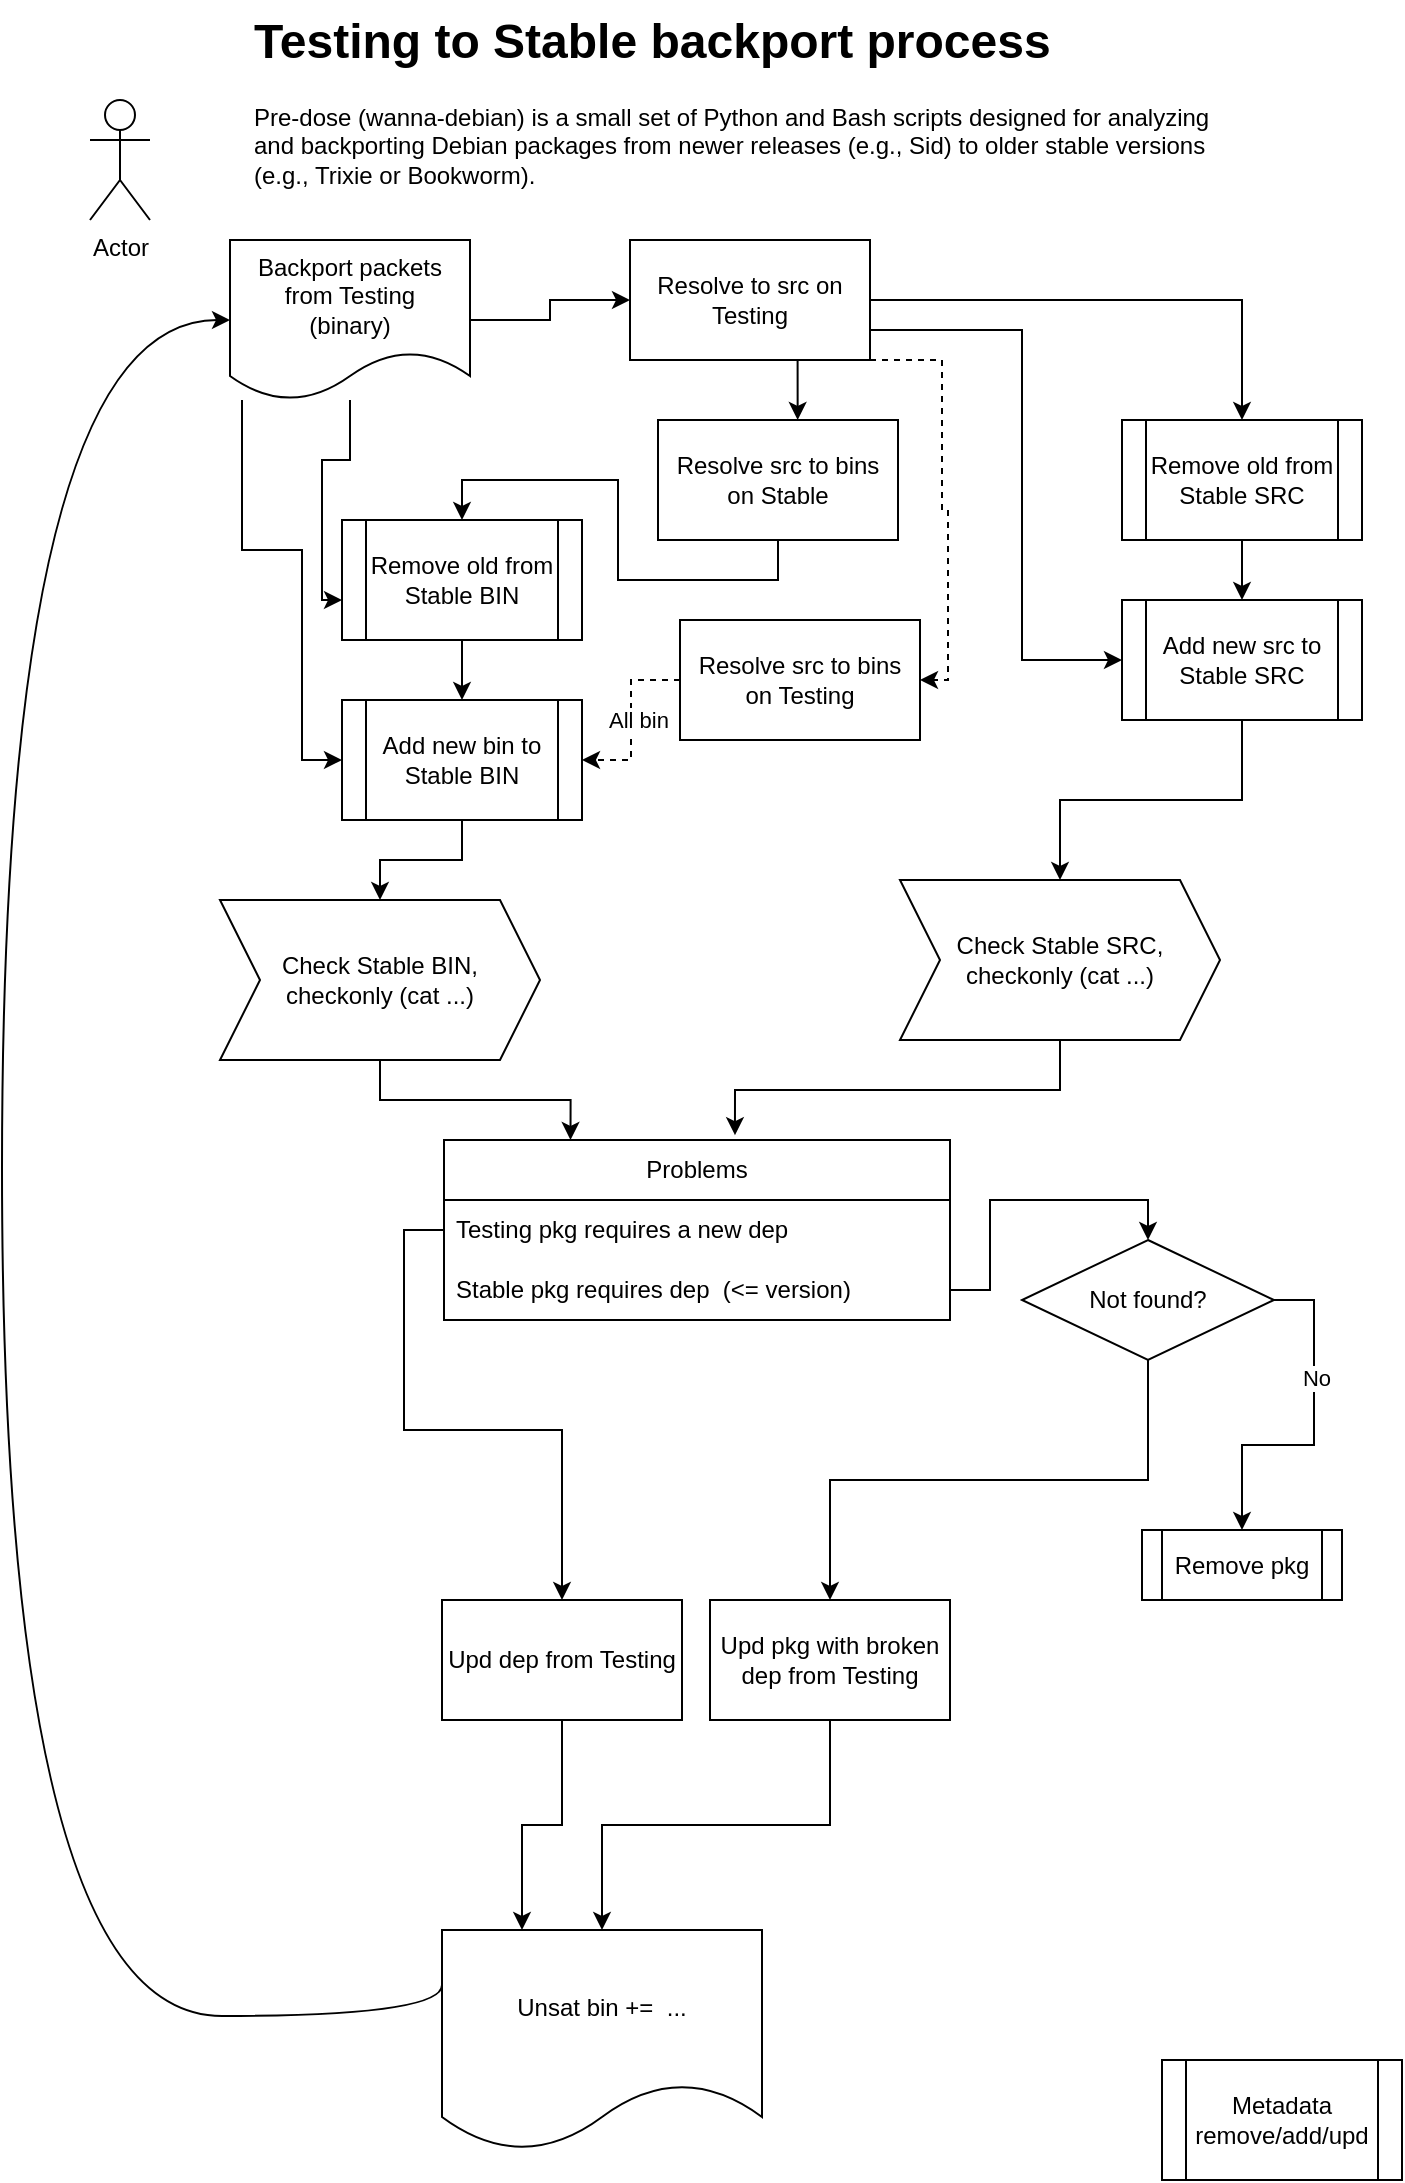
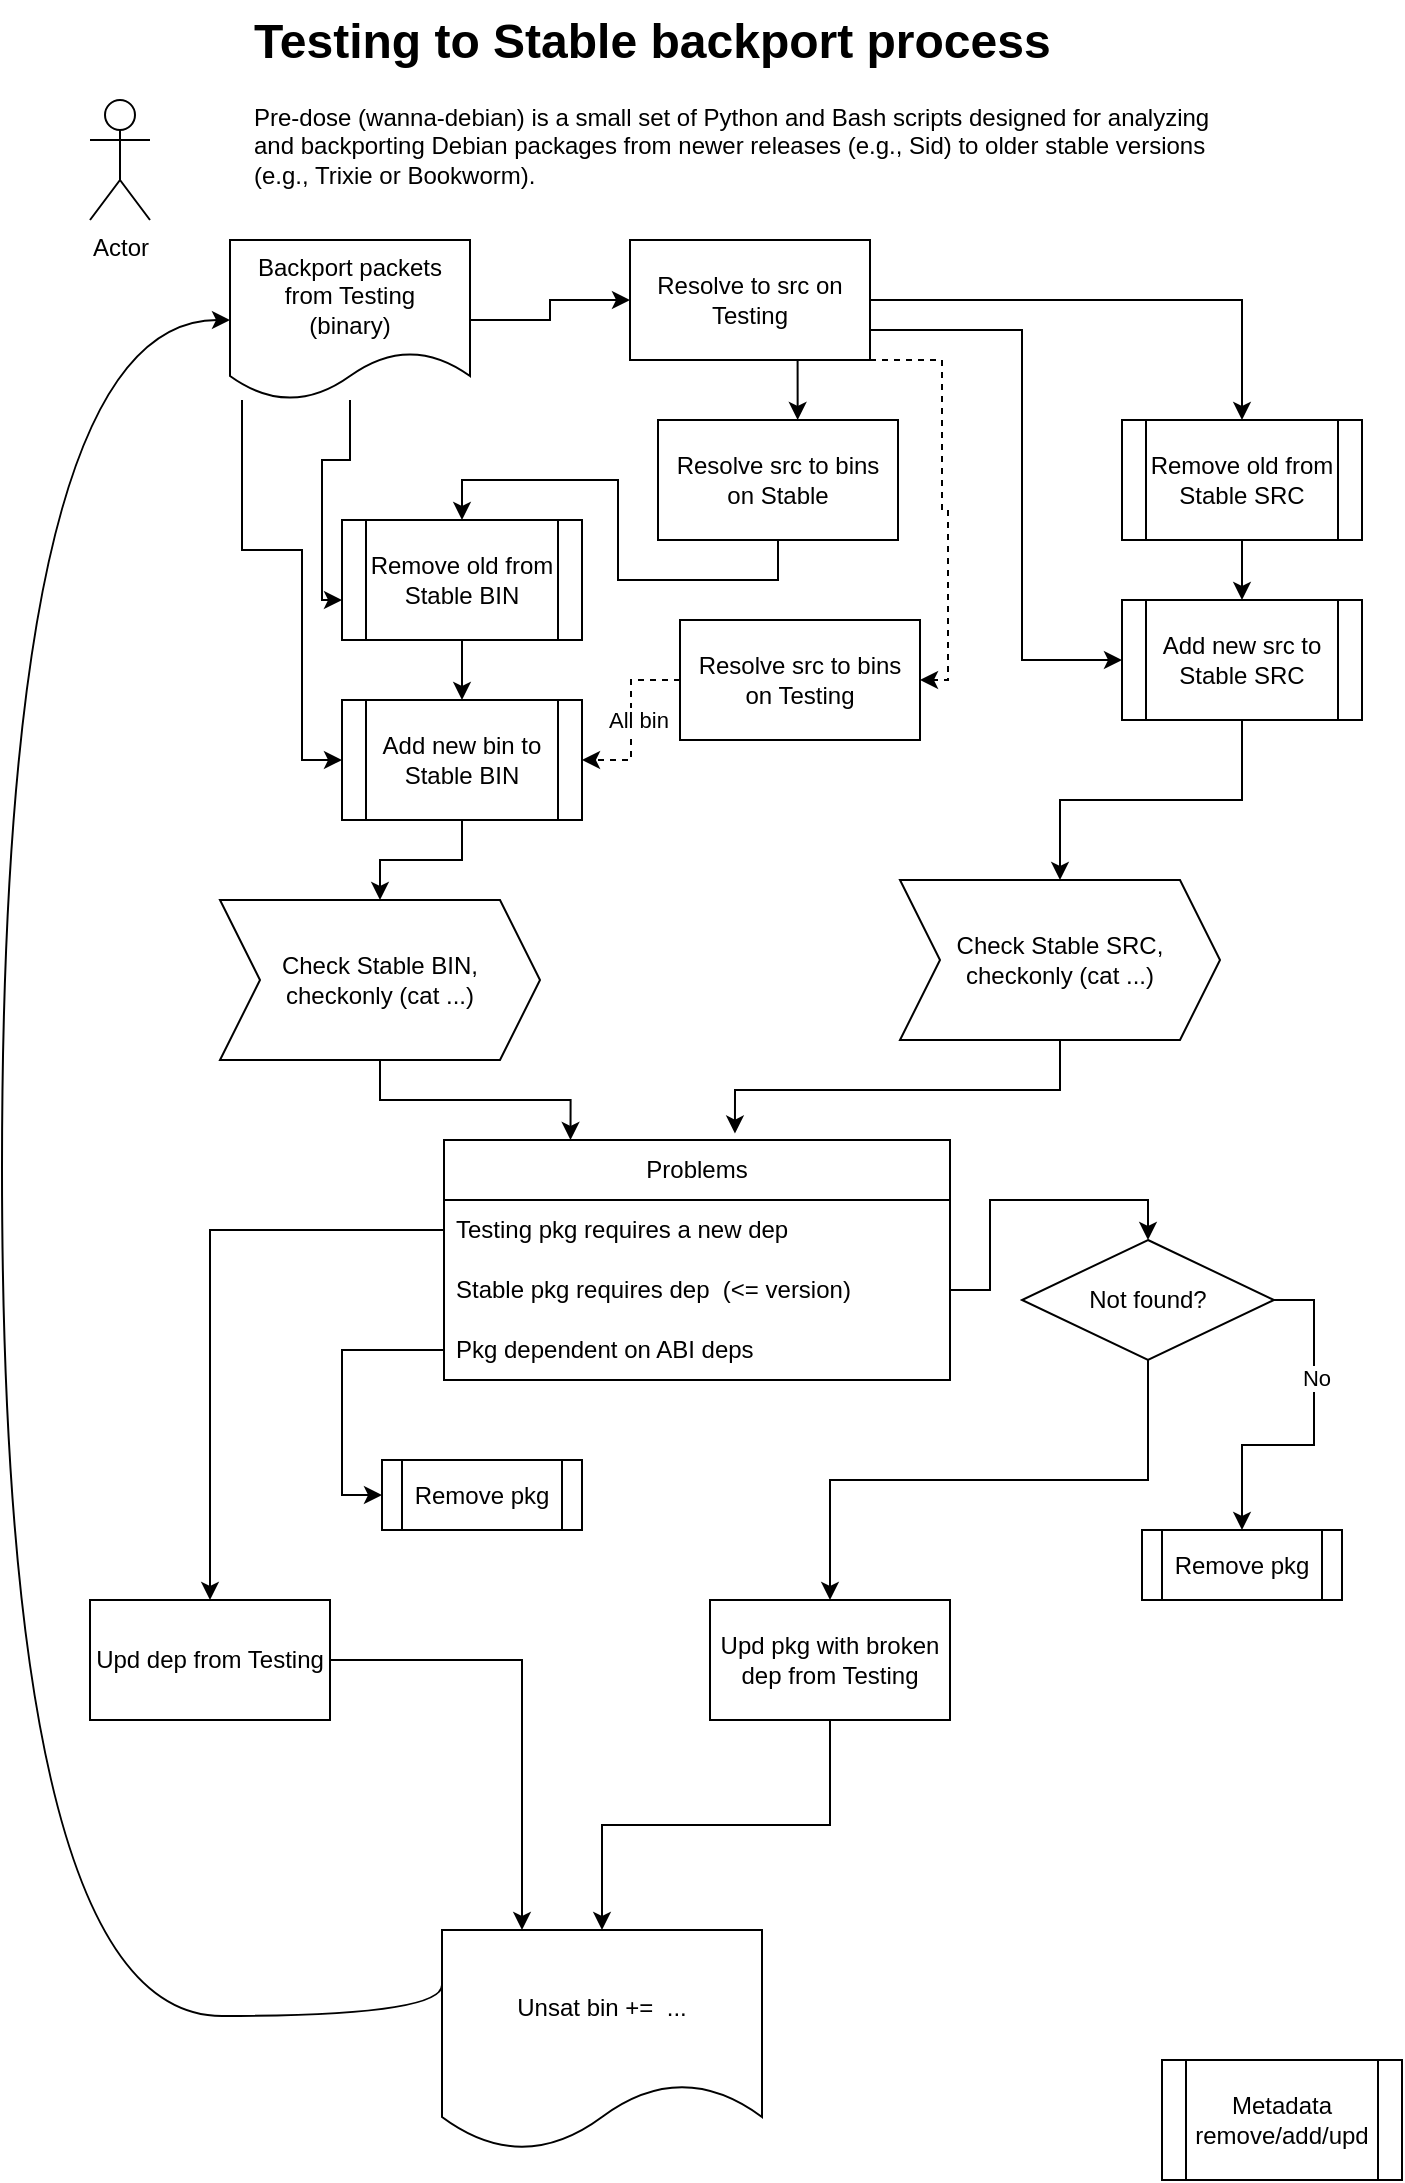
<mxfile host="Electron">
  <diagram id="C5RBs43oDa-KdzZeNtuy" name="Page-1">
    <mxGraphModel dx="1086" dy="648" grid="1" gridSize="10" guides="1" tooltips="1" connect="1" arrows="1" fold="1" page="1" pageScale="1" pageWidth="827" pageHeight="1169" math="0" shadow="0">
      <root>
        <mxCell id="WIyWlLk6GJQsqaUBKTNV-0" />
        <mxCell id="WIyWlLk6GJQsqaUBKTNV-1" parent="WIyWlLk6GJQsqaUBKTNV-0" />
        <mxCell id="jdkO46tf3qpjO2ybV3Zm-0" parent="WIyWlLk6GJQsqaUBKTNV-1" style="shape=umlActor;verticalLabelPosition=bottom;verticalAlign=top;html=1;outlineConnect=0;" value="Actor" vertex="1">
          <mxGeometry height="60" width="30" x="94" y="80" as="geometry" />
        </mxCell>
        <mxCell id="jdkO46tf3qpjO2ybV3Zm-3" edge="1" parent="WIyWlLk6GJQsqaUBKTNV-1" source="jdkO46tf3qpjO2ybV3Zm-1" style="edgeStyle=orthogonalEdgeStyle;rounded=0;orthogonalLoop=1;jettySize=auto;html=1;entryX=0;entryY=0.5;entryDx=0;entryDy=0;" target="jdkO46tf3qpjO2ybV3Zm-2">
          <mxGeometry relative="1" as="geometry" />
        </mxCell>
        <mxCell id="4IcmTThSWF4IWx9KLtXi-7" edge="1" parent="WIyWlLk6GJQsqaUBKTNV-1" source="jdkO46tf3qpjO2ybV3Zm-1" style="edgeStyle=orthogonalEdgeStyle;rounded=0;orthogonalLoop=1;jettySize=auto;html=1;entryX=0;entryY=0.5;entryDx=0;entryDy=0;" target="jdkO46tf3qpjO2ybV3Zm-13">
          <mxGeometry relative="1" as="geometry">
            <Array as="points">
              <mxPoint x="170" y="305" />
              <mxPoint x="200" y="305" />
              <mxPoint x="200" y="410" />
            </Array>
          </mxGeometry>
        </mxCell>
        <mxCell id="jdkO46tf3qpjO2ybV3Zm-1" parent="WIyWlLk6GJQsqaUBKTNV-1" style="shape=document;whiteSpace=wrap;html=1;boundedLbl=1;" value="Backport packets from Testing&lt;br&gt;(binary)" vertex="1">
          <mxGeometry height="80" width="120" x="164" y="150" as="geometry" />
        </mxCell>
        <mxCell id="jdkO46tf3qpjO2ybV3Zm-6" edge="1" parent="WIyWlLk6GJQsqaUBKTNV-1" source="jdkO46tf3qpjO2ybV3Zm-2" style="edgeStyle=orthogonalEdgeStyle;rounded=0;orthogonalLoop=1;jettySize=auto;html=1;entryX=0.5;entryY=0;entryDx=0;entryDy=0;" target="jdkO46tf3qpjO2ybV3Zm-5">
          <mxGeometry relative="1" as="geometry" />
        </mxCell>
        <mxCell id="K2joIcQUg46PM5A2mCq8-2" edge="1" parent="WIyWlLk6GJQsqaUBKTNV-1" source="jdkO46tf3qpjO2ybV3Zm-2" style="edgeStyle=orthogonalEdgeStyle;rounded=0;orthogonalLoop=1;jettySize=auto;html=1;exitX=1;exitY=1;exitDx=0;exitDy=0;entryX=1;entryY=0.5;entryDx=0;entryDy=0;dashed=1;" target="K2joIcQUg46PM5A2mCq8-0">
          <mxGeometry relative="1" as="geometry">
            <Array as="points">
              <mxPoint x="520" y="210" />
              <mxPoint x="520" y="285" />
              <mxPoint x="523" y="285" />
              <mxPoint x="523" y="370" />
            </Array>
          </mxGeometry>
        </mxCell>
        <mxCell id="jdkO46tf3qpjO2ybV3Zm-2" parent="WIyWlLk6GJQsqaUBKTNV-1" style="rounded=0;whiteSpace=wrap;html=1;" value="Resolve to src on Testing" vertex="1">
          <mxGeometry height="60" width="120" x="364" y="150" as="geometry" />
        </mxCell>
        <mxCell id="jdkO46tf3qpjO2ybV3Zm-17" edge="1" parent="WIyWlLk6GJQsqaUBKTNV-1" source="jdkO46tf3qpjO2ybV3Zm-5" style="edgeStyle=orthogonalEdgeStyle;rounded=0;orthogonalLoop=1;jettySize=auto;html=1;entryX=0.5;entryY=0;entryDx=0;entryDy=0;" target="jdkO46tf3qpjO2ybV3Zm-16">
          <mxGeometry relative="1" as="geometry" />
        </mxCell>
        <mxCell id="jdkO46tf3qpjO2ybV3Zm-5" parent="WIyWlLk6GJQsqaUBKTNV-1" style="shape=process;whiteSpace=wrap;html=1;backgroundOutline=1;" value="Remove old from Stable SRC" vertex="1">
          <mxGeometry height="60" width="120" x="610" y="240" as="geometry" />
        </mxCell>
        <mxCell id="jdkO46tf3qpjO2ybV3Zm-10" edge="1" parent="WIyWlLk6GJQsqaUBKTNV-1" source="jdkO46tf3qpjO2ybV3Zm-7" style="edgeStyle=orthogonalEdgeStyle;rounded=0;orthogonalLoop=1;jettySize=auto;html=1;entryX=0.5;entryY=0;entryDx=0;entryDy=0;exitX=0.5;exitY=1;exitDx=0;exitDy=0;" target="jdkO46tf3qpjO2ybV3Zm-9">
          <mxGeometry relative="1" as="geometry" />
        </mxCell>
        <mxCell id="jdkO46tf3qpjO2ybV3Zm-18" edge="1" parent="WIyWlLk6GJQsqaUBKTNV-1" source="jdkO46tf3qpjO2ybV3Zm-2" style="edgeStyle=orthogonalEdgeStyle;rounded=0;orthogonalLoop=1;jettySize=auto;html=1;entryX=0;entryY=0.5;entryDx=0;entryDy=0;exitX=1;exitY=0.75;exitDx=0;exitDy=0;" target="jdkO46tf3qpjO2ybV3Zm-16">
          <mxGeometry relative="1" as="geometry">
            <Array as="points">
              <mxPoint x="560" y="195" />
              <mxPoint x="560" y="360" />
            </Array>
            <mxPoint x="484" y="200" as="sourcePoint" />
          </mxGeometry>
        </mxCell>
        <mxCell id="jdkO46tf3qpjO2ybV3Zm-7" parent="WIyWlLk6GJQsqaUBKTNV-1" style="rounded=0;whiteSpace=wrap;html=1;" value="Resolve src to bins on Stable" vertex="1">
          <mxGeometry height="60" width="120" x="378" y="240" as="geometry" />
        </mxCell>
        <mxCell id="jdkO46tf3qpjO2ybV3Zm-8" edge="1" parent="WIyWlLk6GJQsqaUBKTNV-1" source="jdkO46tf3qpjO2ybV3Zm-2" style="edgeStyle=orthogonalEdgeStyle;rounded=0;orthogonalLoop=1;jettySize=auto;html=1;exitX=0.75;exitY=1;exitDx=0;exitDy=0;entryX=0.582;entryY=0;entryDx=0;entryDy=0;entryPerimeter=0;" target="jdkO46tf3qpjO2ybV3Zm-7">
          <mxGeometry relative="1" as="geometry" />
        </mxCell>
        <mxCell id="jdkO46tf3qpjO2ybV3Zm-14" edge="1" parent="WIyWlLk6GJQsqaUBKTNV-1" source="jdkO46tf3qpjO2ybV3Zm-9" style="edgeStyle=orthogonalEdgeStyle;rounded=0;orthogonalLoop=1;jettySize=auto;html=1;entryX=0.5;entryY=0;entryDx=0;entryDy=0;" target="jdkO46tf3qpjO2ybV3Zm-13">
          <mxGeometry relative="1" as="geometry" />
        </mxCell>
        <mxCell id="jdkO46tf3qpjO2ybV3Zm-9" parent="WIyWlLk6GJQsqaUBKTNV-1" style="shape=process;whiteSpace=wrap;html=1;backgroundOutline=1;" value="Remove old from Stable BIN" vertex="1">
          <mxGeometry height="60" width="120" x="220" y="290" as="geometry" />
        </mxCell>
        <mxCell id="jdkO46tf3qpjO2ybV3Zm-49" edge="1" parent="WIyWlLk6GJQsqaUBKTNV-1" source="jdkO46tf3qpjO2ybV3Zm-11" style="edgeStyle=orthogonalEdgeStyle;rounded=0;orthogonalLoop=1;jettySize=auto;html=1;entryX=0.575;entryY=-0.027;entryDx=0;entryDy=0;entryPerimeter=0;" target="jdkO46tf3qpjO2ybV3Zm-28">
          <mxGeometry relative="1" as="geometry">
            <mxPoint x="579" y="580" as="targetPoint" />
          </mxGeometry>
        </mxCell>
        <mxCell id="jdkO46tf3qpjO2ybV3Zm-11" parent="WIyWlLk6GJQsqaUBKTNV-1" style="shape=step;perimeter=stepPerimeter;whiteSpace=wrap;html=1;fixedSize=1;" value="Check Stable SRC,&lt;br&gt;checkonly (cat ...)" vertex="1">
          <mxGeometry height="80" width="160" x="499" y="470" as="geometry" />
        </mxCell>
        <mxCell id="jdkO46tf3qpjO2ybV3Zm-36" edge="1" parent="WIyWlLk6GJQsqaUBKTNV-1" source="jdkO46tf3qpjO2ybV3Zm-12" style="edgeStyle=orthogonalEdgeStyle;rounded=0;orthogonalLoop=1;jettySize=auto;html=1;entryX=0.25;entryY=0;entryDx=0;entryDy=0;" target="jdkO46tf3qpjO2ybV3Zm-28">
          <mxGeometry relative="1" as="geometry" />
        </mxCell>
        <mxCell id="jdkO46tf3qpjO2ybV3Zm-12" parent="WIyWlLk6GJQsqaUBKTNV-1" style="shape=step;perimeter=stepPerimeter;whiteSpace=wrap;html=1;fixedSize=1;" value="Check Stable BIN,&lt;br&gt;checkonly (cat ...)" vertex="1">
          <mxGeometry height="80" width="160" x="159" y="480" as="geometry" />
        </mxCell>
        <mxCell id="jdkO46tf3qpjO2ybV3Zm-19" edge="1" parent="WIyWlLk6GJQsqaUBKTNV-1" source="jdkO46tf3qpjO2ybV3Zm-13" style="edgeStyle=orthogonalEdgeStyle;rounded=0;orthogonalLoop=1;jettySize=auto;html=1;entryX=0.5;entryY=0;entryDx=0;entryDy=0;" target="jdkO46tf3qpjO2ybV3Zm-12">
          <mxGeometry relative="1" as="geometry" />
        </mxCell>
        <mxCell id="jdkO46tf3qpjO2ybV3Zm-13" parent="WIyWlLk6GJQsqaUBKTNV-1" style="shape=process;whiteSpace=wrap;html=1;backgroundOutline=1;" value="Add new bin to Stable BIN" vertex="1">
          <mxGeometry height="60" width="120" x="220" y="380" as="geometry" />
        </mxCell>
        <mxCell id="jdkO46tf3qpjO2ybV3Zm-20" edge="1" parent="WIyWlLk6GJQsqaUBKTNV-1" source="jdkO46tf3qpjO2ybV3Zm-16" style="edgeStyle=orthogonalEdgeStyle;rounded=0;orthogonalLoop=1;jettySize=auto;html=1;" target="jdkO46tf3qpjO2ybV3Zm-11">
          <mxGeometry relative="1" as="geometry" />
        </mxCell>
        <mxCell id="jdkO46tf3qpjO2ybV3Zm-16" parent="WIyWlLk6GJQsqaUBKTNV-1" style="shape=process;whiteSpace=wrap;html=1;backgroundOutline=1;" value="Add new src to Stable SRC" vertex="1">
          <mxGeometry height="60" width="120" x="610" y="330" as="geometry" />
        </mxCell>
        <mxCell id="jdkO46tf3qpjO2ybV3Zm-28" parent="WIyWlLk6GJQsqaUBKTNV-1" style="swimlane;fontStyle=0;childLayout=stackLayout;horizontal=1;startSize=30;horizontalStack=0;resizeParent=1;resizeParentMax=0;resizeLast=0;collapsible=1;marginBottom=0;whiteSpace=wrap;html=1;" value="Problems" vertex="1">
-           <mxGeometry height="90" width="253" x="271" y="600" as="geometry">
+           <mxGeometry height="120" width="253" x="271" y="600" as="geometry">
            <mxRectangle height="30" width="90" x="500" y="830" as="alternateBounds" />
          </mxGeometry>
        </mxCell>
        <mxCell id="jdkO46tf3qpjO2ybV3Zm-29" parent="jdkO46tf3qpjO2ybV3Zm-28" style="text;strokeColor=none;fillColor=none;align=left;verticalAlign=middle;spacingLeft=4;spacingRight=4;overflow=hidden;points=[[0,0.5],[1,0.5]];portConstraint=eastwest;rotatable=0;whiteSpace=wrap;html=1;" value="Testing pkg requires a new dep" vertex="1">
          <mxGeometry height="30" width="253" y="30" as="geometry" />
        </mxCell>
        <mxCell id="jdkO46tf3qpjO2ybV3Zm-30" parent="jdkO46tf3qpjO2ybV3Zm-28" style="text;strokeColor=none;fillColor=none;align=left;verticalAlign=middle;spacingLeft=4;spacingRight=4;overflow=hidden;points=[[0,0.5],[1,0.5]];portConstraint=eastwest;rotatable=0;whiteSpace=wrap;html=1;" value="Stable pkg requires dep&amp;nbsp; (&amp;lt;= version)" vertex="1">
          <mxGeometry height="30" width="253" y="60" as="geometry" />
        </mxCell>
+         <mxCell id="BYnsBLyXqSKAvp99Cp04-0" parent="jdkO46tf3qpjO2ybV3Zm-28" style="text;strokeColor=none;fillColor=none;align=left;verticalAlign=middle;spacingLeft=4;spacingRight=4;overflow=hidden;points=[[0,0.5],[1,0.5]];portConstraint=eastwest;rotatable=0;whiteSpace=wrap;html=1;" value="Pkg dependent on ABI deps&amp;nbsp;" vertex="1">
+           <mxGeometry height="30" width="253" y="90" as="geometry" />
+         </mxCell>
        <mxCell id="jdkO46tf3qpjO2ybV3Zm-53" edge="1" parent="WIyWlLk6GJQsqaUBKTNV-1" source="jdkO46tf3qpjO2ybV3Zm-33" style="edgeStyle=orthogonalEdgeStyle;rounded=0;orthogonalLoop=1;jettySize=auto;html=1;entryX=0.25;entryY=0;entryDx=0;entryDy=0;" target="jdkO46tf3qpjO2ybV3Zm-35">
          <mxGeometry relative="1" as="geometry" />
        </mxCell>
        <mxCell id="jdkO46tf3qpjO2ybV3Zm-33" parent="WIyWlLk6GJQsqaUBKTNV-1" style="rounded=0;whiteSpace=wrap;html=1;" value="Upd dep from Testing" vertex="1">
-           <mxGeometry height="60" width="120" x="270" y="830" as="geometry" />
+           <mxGeometry height="60" width="120" x="94" y="830" as="geometry" />
        </mxCell>
        <mxCell id="jdkO46tf3qpjO2ybV3Zm-54" edge="1" parent="WIyWlLk6GJQsqaUBKTNV-1" source="jdkO46tf3qpjO2ybV3Zm-34" style="edgeStyle=orthogonalEdgeStyle;rounded=0;orthogonalLoop=1;jettySize=auto;html=1;entryX=0.5;entryY=0;entryDx=0;entryDy=0;" target="jdkO46tf3qpjO2ybV3Zm-35">
          <mxGeometry relative="1" as="geometry" />
        </mxCell>
        <mxCell id="jdkO46tf3qpjO2ybV3Zm-34" parent="WIyWlLk6GJQsqaUBKTNV-1" style="rounded=0;whiteSpace=wrap;html=1;" value="Upd pkg with broken dep from Testing" vertex="1">
          <mxGeometry height="60" width="120" x="404" y="830" as="geometry" />
        </mxCell>
        <mxCell id="jdkO46tf3qpjO2ybV3Zm-52" edge="1" parent="WIyWlLk6GJQsqaUBKTNV-1" source="jdkO46tf3qpjO2ybV3Zm-35" style="edgeStyle=orthogonalEdgeStyle;rounded=0;orthogonalLoop=1;jettySize=auto;html=1;curved=1;entryX=0;entryY=0.5;entryDx=0;entryDy=0;exitX=0;exitY=0.25;exitDx=0;exitDy=0;" target="jdkO46tf3qpjO2ybV3Zm-1">
          <mxGeometry relative="1" as="geometry">
            <Array as="points">
              <mxPoint x="50" y="1038" />
              <mxPoint x="50" y="190" />
            </Array>
            <mxPoint x="70" y="190" as="targetPoint" />
          </mxGeometry>
        </mxCell>
        <mxCell id="jdkO46tf3qpjO2ybV3Zm-35" parent="WIyWlLk6GJQsqaUBKTNV-1" style="shape=document;whiteSpace=wrap;html=1;boundedLbl=1;" value="Unsat bin +=&amp;nbsp; ..." vertex="1">
          <mxGeometry height="110" width="160" x="270" y="995" as="geometry" />
        </mxCell>
        <mxCell id="jdkO46tf3qpjO2ybV3Zm-37" parent="WIyWlLk6GJQsqaUBKTNV-1" style="text;html=1;whiteSpace=wrap;overflow=hidden;rounded=0;" value="&lt;h1 style=&quot;margin-top: 0px;&quot;&gt;Testing to Stable backport process&lt;/h1&gt;&lt;p&gt;Pre-dose (wanna-debian) is a small set of Python and Bash scripts designed for analyzing and backporting Debian packages from&amp;nbsp;&lt;span style=&quot;background-color: transparent; color: light-dark(rgb(0, 0, 0), rgb(255, 255, 255));&quot;&gt;newer releases (e.g., Sid) to older stable versions (e.g., Trixie or Bookworm).&lt;/span&gt;&lt;/p&gt;" vertex="1">
          <mxGeometry height="120" width="500" x="174" y="30" as="geometry" />
        </mxCell>
        <mxCell id="jdkO46tf3qpjO2ybV3Zm-44" edge="1" parent="WIyWlLk6GJQsqaUBKTNV-1" source="jdkO46tf3qpjO2ybV3Zm-30" style="edgeStyle=orthogonalEdgeStyle;rounded=0;orthogonalLoop=1;jettySize=auto;html=1;entryX=0.5;entryY=0;entryDx=0;entryDy=0;" target="4IcmTThSWF4IWx9KLtXi-3">
          <mxGeometry relative="1" as="geometry">
            <mxPoint x="500" y="750" as="targetPoint" />
          </mxGeometry>
        </mxCell>
        <mxCell id="jdkO46tf3qpjO2ybV3Zm-61" parent="WIyWlLk6GJQsqaUBKTNV-1" style="shape=process;whiteSpace=wrap;html=1;backgroundOutline=1;" value="Remove pkg" vertex="1">
          <mxGeometry height="35" width="100" x="620" y="795" as="geometry" />
        </mxCell>
        <mxCell id="4IcmTThSWF4IWx9KLtXi-4" edge="1" parent="WIyWlLk6GJQsqaUBKTNV-1" source="4IcmTThSWF4IWx9KLtXi-3" style="edgeStyle=orthogonalEdgeStyle;rounded=0;orthogonalLoop=1;jettySize=auto;html=1;exitX=1;exitY=0.5;exitDx=0;exitDy=0;entryX=0.5;entryY=0;entryDx=0;entryDy=0;" target="jdkO46tf3qpjO2ybV3Zm-61">
          <mxGeometry relative="1" as="geometry" />
        </mxCell>
        <mxCell id="4IcmTThSWF4IWx9KLtXi-5" connectable="0" parent="4IcmTThSWF4IWx9KLtXi-4" style="edgeLabel;html=1;align=center;verticalAlign=middle;resizable=0;points=[];" value="No" vertex="1">
          <mxGeometry relative="1" x="-0.3169" y="1" as="geometry">
            <mxPoint as="offset" />
          </mxGeometry>
        </mxCell>
        <mxCell id="4IcmTThSWF4IWx9KLtXi-6" edge="1" parent="WIyWlLk6GJQsqaUBKTNV-1" source="4IcmTThSWF4IWx9KLtXi-3" style="edgeStyle=orthogonalEdgeStyle;rounded=0;orthogonalLoop=1;jettySize=auto;html=1;exitX=0.5;exitY=1;exitDx=0;exitDy=0;entryX=0.5;entryY=0;entryDx=0;entryDy=0;" target="jdkO46tf3qpjO2ybV3Zm-34">
          <mxGeometry relative="1" as="geometry" />
        </mxCell>
        <mxCell id="4IcmTThSWF4IWx9KLtXi-3" parent="WIyWlLk6GJQsqaUBKTNV-1" style="rhombus;whiteSpace=wrap;html=1;" value="Not found?" vertex="1">
          <mxGeometry height="60" width="126" x="560" y="650" as="geometry" />
        </mxCell>
        <mxCell id="4IcmTThSWF4IWx9KLtXi-9" parent="WIyWlLk6GJQsqaUBKTNV-1" style="shape=process;whiteSpace=wrap;html=1;backgroundOutline=1;" value="Metadata remove/add/upd" vertex="1">
          <mxGeometry height="60" width="120" x="630" y="1060" as="geometry" />
        </mxCell>
        <mxCell id="K2joIcQUg46PM5A2mCq8-1" edge="1" parent="WIyWlLk6GJQsqaUBKTNV-1" source="K2joIcQUg46PM5A2mCq8-0" style="edgeStyle=orthogonalEdgeStyle;rounded=0;orthogonalLoop=1;jettySize=auto;html=1;entryX=1;entryY=0.5;entryDx=0;entryDy=0;dashed=1;" target="jdkO46tf3qpjO2ybV3Zm-13">
          <mxGeometry relative="1" as="geometry" />
        </mxCell>
        <mxCell id="UBrdKMySqU7-3HxLgvty-1" connectable="0" parent="K2joIcQUg46PM5A2mCq8-1" style="edgeLabel;html=1;align=center;verticalAlign=middle;resizable=0;points=[];" value="All bin" vertex="1">
          <mxGeometry relative="1" x="-0.0159" y="3" as="geometry">
            <mxPoint as="offset" />
          </mxGeometry>
        </mxCell>
        <mxCell id="K2joIcQUg46PM5A2mCq8-0" parent="WIyWlLk6GJQsqaUBKTNV-1" style="rounded=0;whiteSpace=wrap;html=1;" value="Resolve src to bins on Testing" vertex="1">
          <mxGeometry height="60" width="120" x="389" y="340" as="geometry" />
        </mxCell>
        <mxCell id="cQBACjruvvWsz2pfgvWL-0" edge="1" parent="WIyWlLk6GJQsqaUBKTNV-1" source="jdkO46tf3qpjO2ybV3Zm-1" style="edgeStyle=orthogonalEdgeStyle;rounded=0;orthogonalLoop=1;jettySize=auto;html=1;entryX=0;entryY=0.667;entryDx=0;entryDy=0;entryPerimeter=0;" target="jdkO46tf3qpjO2ybV3Zm-9">
          <mxGeometry relative="1" as="geometry">
            <Array as="points">
              <mxPoint x="224" y="260" />
              <mxPoint x="210" y="260" />
              <mxPoint x="210" y="330" />
            </Array>
          </mxGeometry>
        </mxCell>
        <mxCell id="agVh6EhSCwiN8bkbG3hr-0" edge="1" parent="WIyWlLk6GJQsqaUBKTNV-1" source="jdkO46tf3qpjO2ybV3Zm-29" style="edgeStyle=orthogonalEdgeStyle;rounded=0;orthogonalLoop=1;jettySize=auto;html=1;entryX=0.5;entryY=0;entryDx=0;entryDy=0;" target="jdkO46tf3qpjO2ybV3Zm-33">
          <mxGeometry relative="1" as="geometry" />
        </mxCell>
+         <mxCell id="BYnsBLyXqSKAvp99Cp04-1" parent="WIyWlLk6GJQsqaUBKTNV-1" style="shape=process;whiteSpace=wrap;html=1;backgroundOutline=1;" value="Remove pkg" vertex="1">
+           <mxGeometry height="35" width="100" x="240" y="760" as="geometry" />
+         </mxCell>
+         <mxCell id="BYnsBLyXqSKAvp99Cp04-2" edge="1" parent="WIyWlLk6GJQsqaUBKTNV-1" source="BYnsBLyXqSKAvp99Cp04-0" style="edgeStyle=orthogonalEdgeStyle;rounded=0;orthogonalLoop=1;jettySize=auto;html=1;entryX=0;entryY=0.5;entryDx=0;entryDy=0;" target="BYnsBLyXqSKAvp99Cp04-1">
+           <mxGeometry relative="1" as="geometry" />
+         </mxCell>
      </root>
    </mxGraphModel>
  </diagram>
</mxfile>
